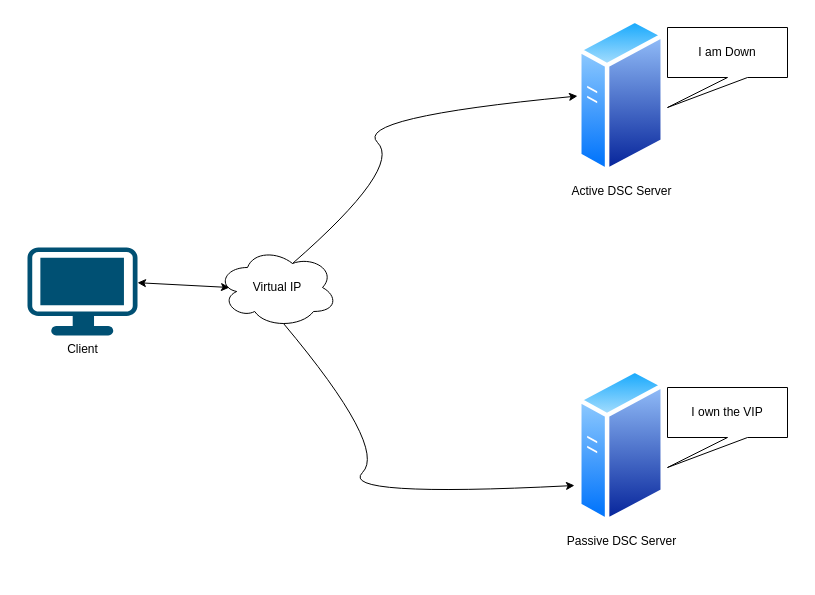
Above: marutiHA.drawio in superavesh/Diagrams (draw.io), before the change. Source tidied: cells renumbered, new cells numbered last; positions are measured from the earlier drawing's top-left corner, leaving out a move shared by most shapes. Both pictures are drawn from the tidied source at 100%, with x=0, y=0 at pixel (27, 17).
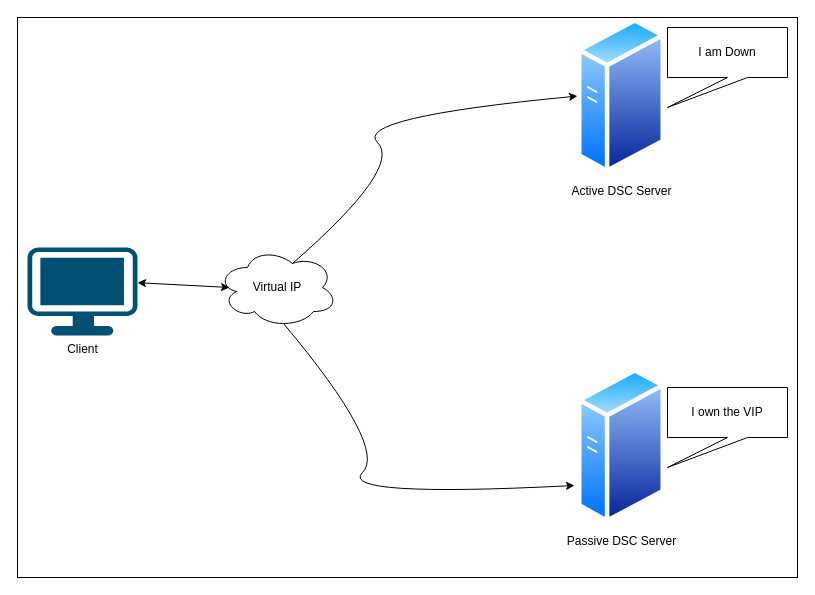
The same diagram, later.

The edit, as a diff of the source:
```diff
@@
 <mxGraphModel>
   <root>
     <mxCell id="0" />
     <mxCell id="1" parent="0" />
     <mxCell id="2" value="Client" style="points=[[0.03,0.03,0],[0.5,0,0],[0.97,0.03,0],[1,0.4,0],[0.97,0.745,0],[0.5,1,0],[0.03,0.745,0],[0,0.4,0]];verticalLabelPosition=bottom;sketch=0;html=1;verticalAlign=top;align=center;shape=mxgraph.cisco19.workstation;fillColor=#005073;strokeColor=none;" parent="1" vertex="1">
       <mxGeometry y="230" width="110" height="88" as="geometry" />
     </mxCell>
     <mxCell id="3" value="Virtual IP" style="ellipse;shape=cloud;whiteSpace=wrap;html=1;" parent="1" vertex="1">
       <mxGeometry x="190" y="230" width="120" height="80" as="geometry" />
     </mxCell>
     <mxCell id="4" value="Active DSC Server" style="image;perimeter=ellipsePerimeter;html=1;align=center;shadow=0;dashed=0;spacingTop=3;image=img/lib/active_directory/generic_server.svg;" parent="1" vertex="1">
       <mxGeometry x="550" width="88" height="157.1" as="geometry" />
     </mxCell>
     <mxCell id="5" value="Passive DSC Server" style="image;perimeter=ellipsePerimeter;html=1;align=center;shadow=0;dashed=0;spacingTop=3;image=img/lib/active_directory/generic_server.svg;" parent="1" vertex="1">
       <mxGeometry x="550" y="350" width="88" height="157.1" as="geometry" />
     </mxCell>
     <mxCell id="6" style="endArrow=classic;startArrow=classic;html=1;rounded=0;entryX=0.1;entryY=0.5;entryDx=0;entryDy=0;entryPerimeter=0;exitX=1;exitY=0.4;exitDx=0;exitDy=0;exitPerimeter=0;" parent="1" edge="1" source="2" target="3">
       <mxGeometry relative="1" as="geometry" />
     </mxCell>
     <mxCell id="7" style="curved=1;endArrow=classic;html=1;rounded=0;entryX=0;entryY=0.5;entryDx=0;entryDy=0;exitX=0.625;exitY=0.2;exitDx=0;exitDy=0;exitPerimeter=0;" parent="1" edge="1" source="3" target="4">
       <mxGeometry relative="1" as="geometry">
         <Array as="points">
           <mxPoint x="375" y="150" />
           <mxPoint x="325" y="100" />
         </Array>
       </mxGeometry>
     </mxCell>
     <mxCell id="8" style="curved=1;endArrow=classic;html=1;rounded=0;exitX=0.55;exitY=0.95;exitDx=0;exitDy=0;exitPerimeter=0;entryX=-0.034;entryY=0.751;entryDx=0;entryDy=0;entryPerimeter=0;" parent="1" edge="1" source="3" target="5">
       <mxGeometry relative="1" as="geometry">
         <Array as="points">
           <mxPoint x="360" y="430" />
           <mxPoint x="310" y="480" />
         </Array>
       </mxGeometry>
     </mxCell>
     <mxCell id="9" value="I am Down" style="shape=callout;whiteSpace=wrap;html=1;perimeter=calloutPerimeter;position2=0;" parent="1" vertex="1">
       <mxGeometry x="640" y="10" width="120" height="80" as="geometry" />
     </mxCell>
     <mxCell id="10" value="I own the VIP" style="shape=callout;whiteSpace=wrap;html=1;perimeter=calloutPerimeter;position2=0;" parent="1" vertex="1">
       <mxGeometry x="640" y="370" width="120" height="80" as="geometry" />
     </mxCell>
+    <mxCell id="11" style="whiteSpace=wrap;html=1;fillColor=none;" parent="1" vertex="1">
+      <mxGeometry x="-10" width="780" height="560" as="geometry" />
+    </mxCell>
   </root>
 </mxGraphModel>
```
